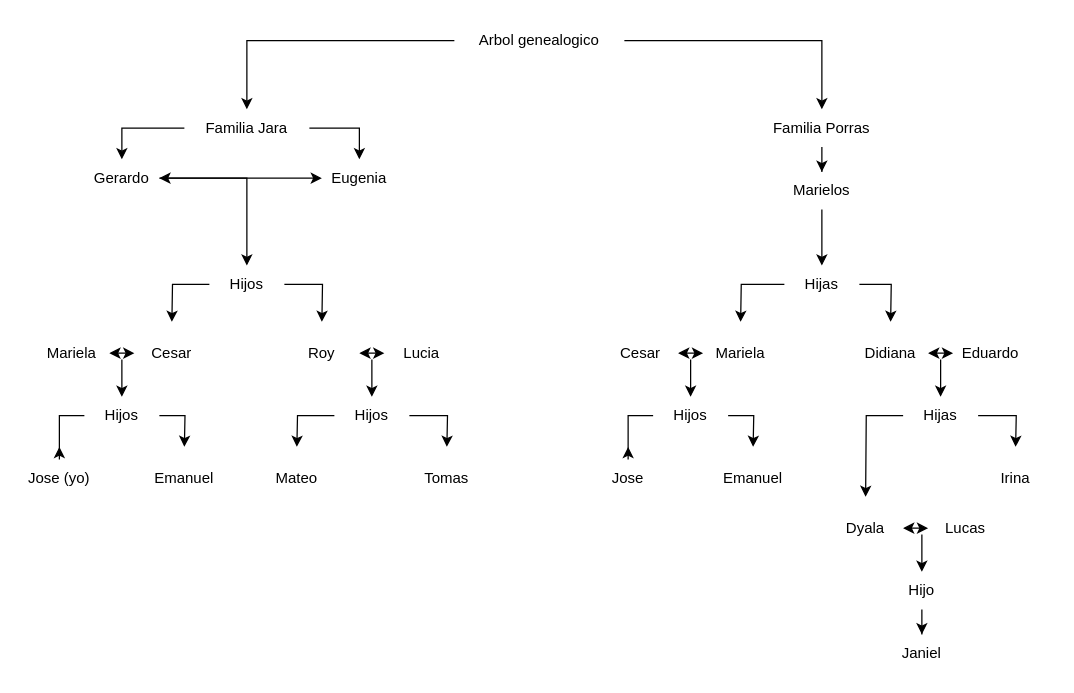
This is Diagrama sin título.drawio from jgjarap/Mi-proyecto, a draw.io file, before an edit. Source tidied: cells renumbered, new cells numbered last; positions are measured from the earlier drawing's top-left corner, leaving out a move shared by most shapes. Both pictures are drawn from the tidied source at 125%, with x=0, y=0 at pixel (21, 21).
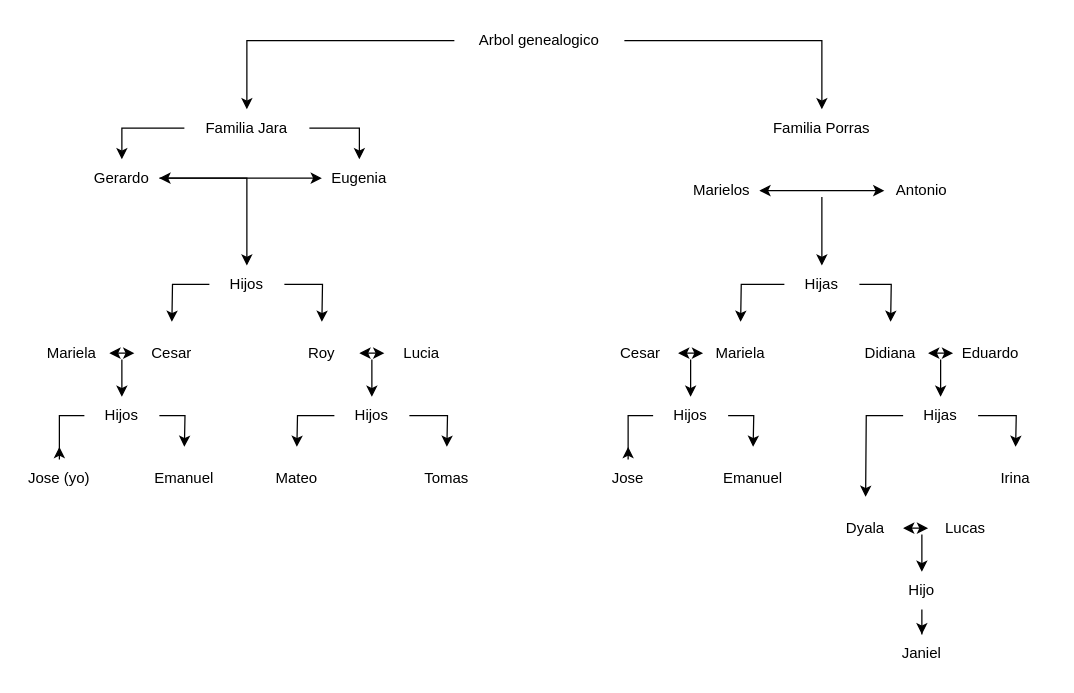
The same diagram, later.

Commit message (it also covers changes not shown here):
Arbol genealogico

Unchanged cells that the change refers to:
```xml
<mxCell id="9" value="Familia Porras" style="text;html=1;whiteSpace=wrap;strokeColor=none;fillColor=none;align=center;verticalAlign=middle;rounded=0;" parent="1" vertex="1">
  <mxGeometry x="590" y="70" width="100" height="30" as="geometry" />
</mxCell>
<mxCell id="39" value="Hijas" style="text;html=1;whiteSpace=wrap;strokeColor=none;fillColor=none;align=center;verticalAlign=middle;rounded=0;" parent="1" vertex="1">
  <mxGeometry x="610" y="195" width="60" height="30" as="geometry" />
</mxCell>
```

The edit, as a diff of the source:
```diff
@@
-    <mxCell id="8" style="edgeStyle=orthogonalEdgeStyle;rounded=0;jettySize=auto;html=1;entryX=0.5;entryY=0;entryDx=0;entryDy=0;" parent="1" edge="1" source="9" target="36">
-      <mxGeometry relative="1" as="geometry" />
-    </mxCell>
@@
-    <mxCell id="35" style="edgeStyle=orthogonalEdgeStyle;rounded=0;jettySize=auto;html=1;" parent="1" edge="1" source="36" target="39">
-      <mxGeometry relative="1" as="geometry" />
-    </mxCell>
     <mxCell id="36" value="Marielos" style="text;html=1;whiteSpace=wrap;strokeColor=none;fillColor=none;align=center;verticalAlign=middle;rounded=0;" parent="1" vertex="1">
-      <mxGeometry x="610" y="120" width="60" height="30" as="geometry" />
+      <mxGeometry x="530" y="120" width="60" height="30" as="geometry" />
     </mxCell>
@@
+    <mxCell id="64" value="Antonio" style="text;html=1;whiteSpace=wrap;strokeColor=none;fillColor=none;align=center;verticalAlign=middle;rounded=0;" parent="1" vertex="1">
+      <mxGeometry x="690" y="120" width="60" height="30" as="geometry" />
+    </mxCell>
+    <mxCell id="65" style="endArrow=classic;startArrow=classic;html=1;rounded=0;entryX=0;entryY=0.5;entryDx=0;entryDy=0;exitX=1;exitY=0.5;exitDx=0;exitDy=0;" parent="1" edge="1" source="36" target="64">
+      <mxGeometry relative="1" as="geometry" />
+    </mxCell>
+    <mxCell id="66" style="endArrow=classic;html=1;rounded=0;entryX=0.5;entryY=0;entryDx=0;entryDy=0;" parent="1" edge="1" target="39">
+      <mxGeometry relative="1" as="geometry">
+        <mxPoint x="640" y="140" as="sourcePoint" />
+      </mxGeometry>
+    </mxCell>
```
